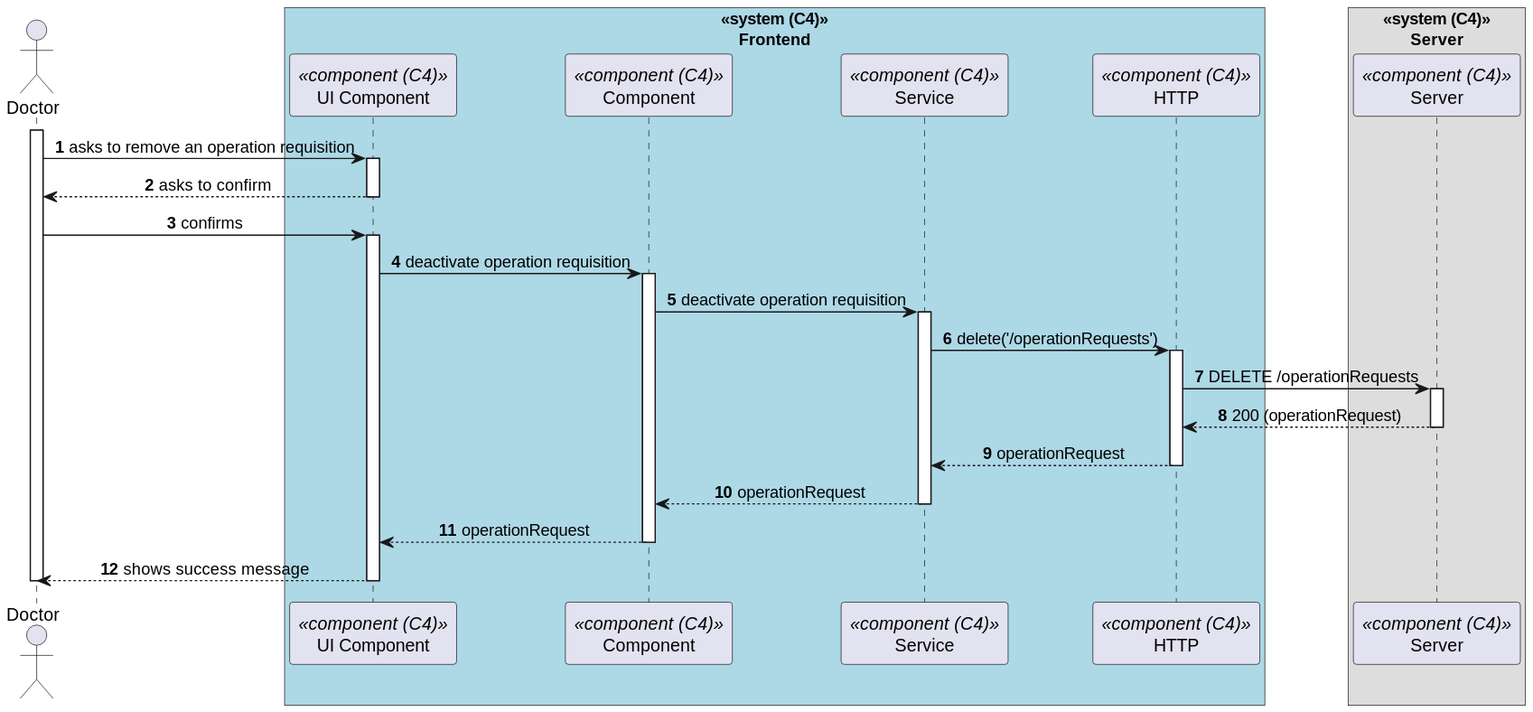
This is docs/sprint-b/us-6.2.16/views/level3/process-view.svg from 1220846/sem5pi-24-25-3ddg20, a PlantUML export, as it was before one commit. Its diagram source:
```plantuml
@startuml
autonumber
skinparam DefaultTextAlignment center
actor Doctor as "Doctor"
box "<<system (C4)>>\nFrontend"#LightBlue
    participant ComponentUI as "UI Component" <<component (C4)>>
    participant Component as "Component" <<component (C4)>>
    participant SRV as "Service" <<component (C4)>>
    participant HTTP as "HTTP" <<component (C4)>>
end box

box "<<system (C4)>>\nServer"
  participant Server as "Server" <<component (C4)>>
end box

activate Doctor
    Doctor -> ComponentUI : asks to remove an operation requisition
    activate ComponentUI
        ComponentUI --> Doctor : asks to confirm
    deactivate ComponentUI
    Doctor -> ComponentUI : confirms
    activate ComponentUI
        ComponentUI -> Component : deactivate operation requisition
        activate Component
            Component -> SRV : deactivate operation requisition
            activate SRV
                SRV -> HTTP : delete('/operationRequests')
                activate HTTP
                    HTTP -> Server : DELETE /operationRequests
                    activate Server
                        Server --> HTTP : 200 (operationRequest)
                    deactivate Server
                    HTTP --> SRV : operationRequest
                deactivate HTTP
                SRV --> Component : operationRequest
            deactivate SRV
            Component --> ComponentUI : operationRequest
        deactivate Component
    Doctor <-- ComponentUI : shows success message
    deactivate ComponentUI
deactivate Doctor
@enduml
```
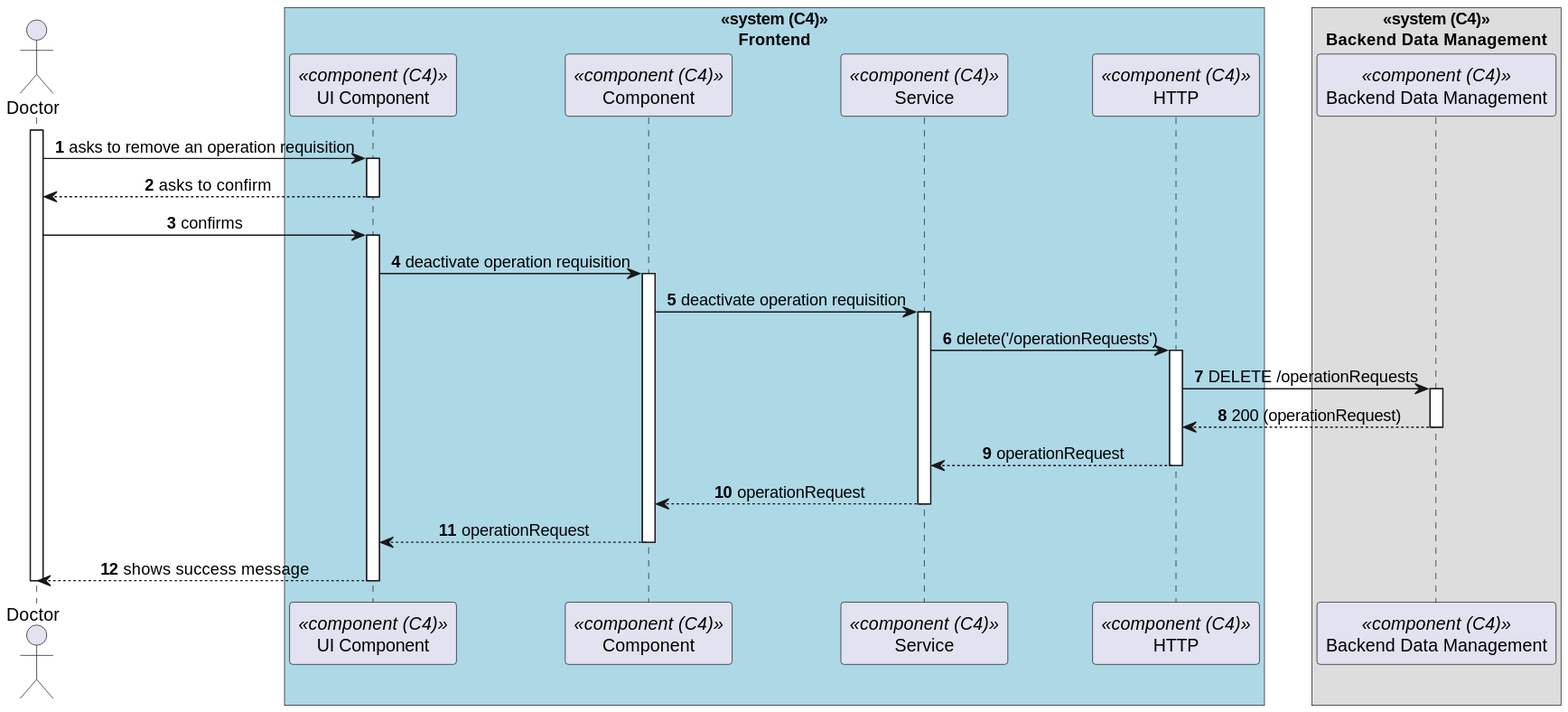
After the change.

What changed in the source:
```diff
@@ -9,8 +9,8 @@
     participant HTTP as "HTTP" <<component (C4)>>
 end box
 
-box "<<system (C4)>>\nServer"
-  participant Server as "Server" <<component (C4)>>
+box "<<system (C4)>>\nBackend Data Management"
+  participant BackendDataManagement as "Backend Data Management" <<component (C4)>>
 end box
 
 activate Doctor
@@ -26,10 +26,10 @@
             activate SRV
                 SRV -> HTTP : delete('/operationRequests')
                 activate HTTP
-                    HTTP -> Server : DELETE /operationRequests
-                    activate Server
-                        Server --> HTTP : 200 (operationRequest)
-                    deactivate Server
+                    HTTP -> BackendDataManagement : DELETE /operationRequests
+                    activate BackendDataManagement
+                        BackendDataManagement --> HTTP : 200 (operationRequest)
+                    deactivate BackendDataManagement
                     HTTP --> SRV : operationRequest
                 deactivate HTTP
                 SRV --> Component : operationRequest
```
